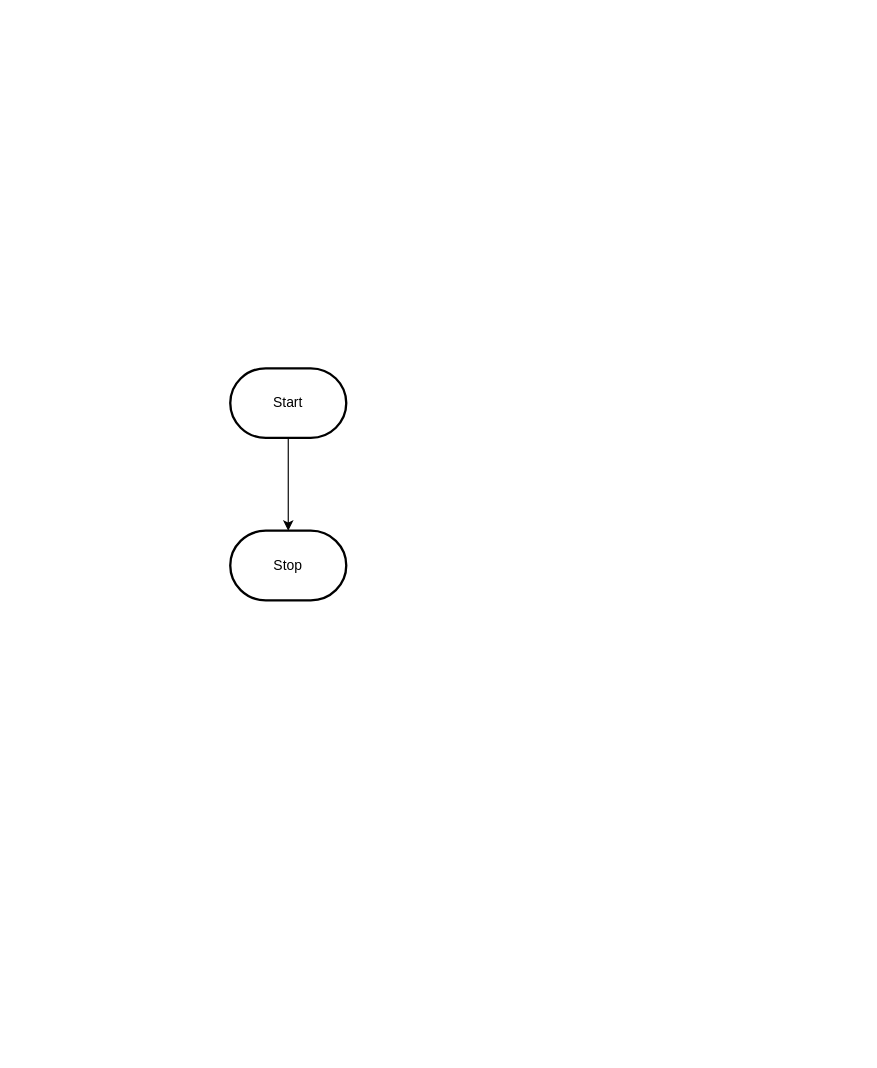
MTHS-ICS2O-2-2022/ICS2O-Unit-5-03-alyssia-fung keeps this draw.io diagram as design/flowchart.drawio. Above is the earlier version. Source tidied: cells renumbered, new cells numbered last; positions are measured from the earlier drawing's top-left corner, leaving out a move shared by most shapes. Both pictures are drawn from the tidied source at 116%, with x=0, y=0 at pixel (230, 368).
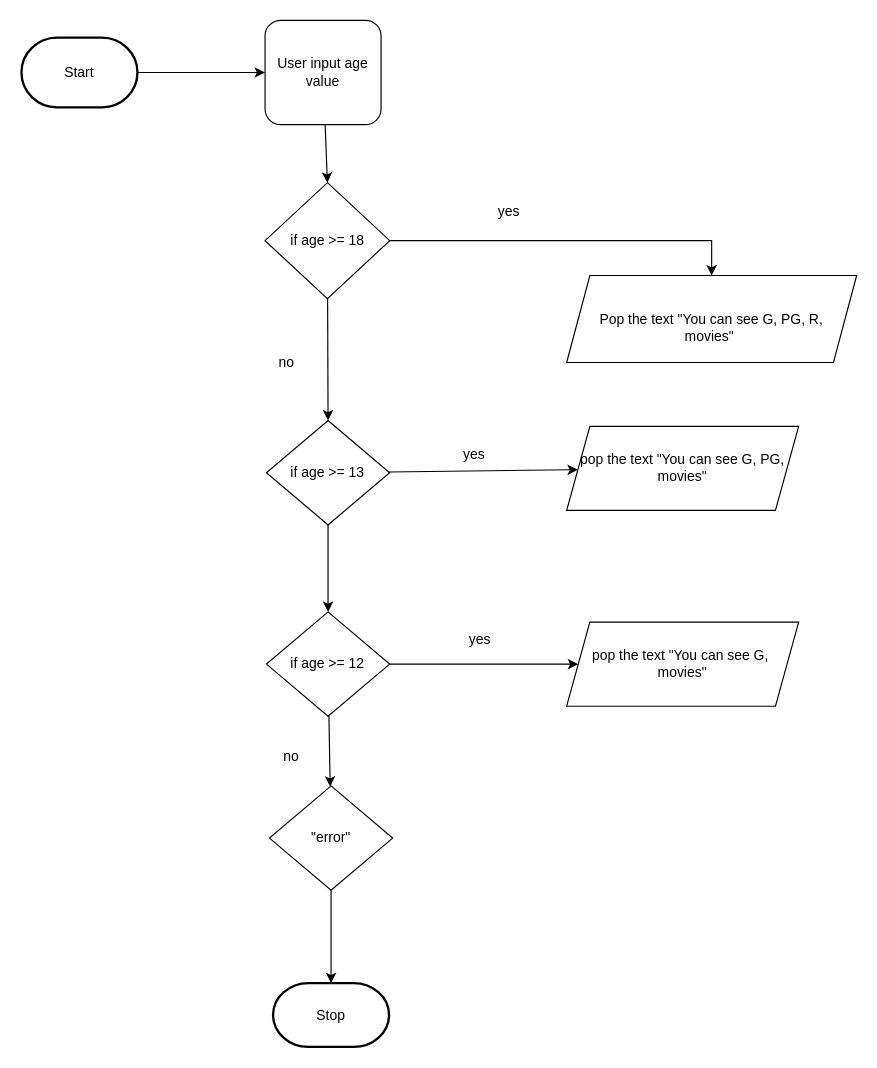
Above is the later version.

Change to the diagram source:
```diff
@@
-    <mxCell id="2" style="edgeStyle=orthogonalEdgeStyle;html=1;rounded=0;" parent="1" edge="1" source="3" target="4">
-      <mxGeometry relative="1" as="geometry" />
-    </mxCell>
+    <mxCell id="5" style="edgeStyle=orthogonalEdgeStyle;rounded=0;html=1;entryX=0;entryY=0.5;entryDx=0;entryDy=0;" parent="1" edge="1" source="3" target="7">
+      <mxGeometry relative="1" as="geometry" />
+    </mxCell>
     <mxCell id="3" value="Start" style="strokeWidth=2;html=1;shape=mxgraph.flowchart.terminator;whiteSpace=wrap;" parent="1" vertex="1">
-      <mxGeometry width="100" height="60" as="geometry" />
+      <mxGeometry x="-180" y="-285" width="100" height="60" as="geometry" />
     </mxCell>
     <mxCell id="4" value="Stop" style="strokeWidth=2;html=1;shape=mxgraph.flowchart.terminator;whiteSpace=wrap;" parent="1" vertex="1">
-      <mxGeometry y="140" width="100" height="60" as="geometry" />
+      <mxGeometry x="36.9" y="530" width="100" height="55" as="geometry" />
     </mxCell>
+    <mxCell id="6" style="edgeStyle=none;html=1;entryX=0.5;entryY=0;entryDx=0;entryDy=0;" parent="1" edge="1" source="7" target="10">
+      <mxGeometry relative="1" as="geometry" />
+    </mxCell>
+    <mxCell id="7" value="User input age value" style="rounded=1;whiteSpace=wrap;html=1;" parent="1" vertex="1">
+      <mxGeometry x="30" y="-300" width="100" height="90" as="geometry" />
+    </mxCell>
+    <mxCell id="8" style="edgeStyle=none;html=1;entryX=0.5;entryY=0;entryDx=0;entryDy=0;" parent="1" edge="1" source="10" target="13">
+      <mxGeometry relative="1" as="geometry" />
+    </mxCell>
+    <mxCell id="9" style="edgeStyle=orthogonalEdgeStyle;html=1;entryX=0.5;entryY=0;entryDx=0;entryDy=0;rounded=0;" parent="1" edge="1" source="10" target="15">
+      <mxGeometry relative="1" as="geometry" />
+    </mxCell>
+    <mxCell id="10" value="if age &amp;gt;= 18" style="rhombus;whiteSpace=wrap;html=1;" parent="1" vertex="1">
+      <mxGeometry x="30" y="-160" width="107.5" height="100" as="geometry" />
+    </mxCell>
+    <mxCell id="11" style="edgeStyle=none;html=1;" parent="1" edge="1" source="13" target="17">
+      <mxGeometry relative="1" as="geometry" />
+    </mxCell>
+    <mxCell id="12" style="edgeStyle=orthogonalEdgeStyle;rounded=0;html=1;" parent="1" edge="1" source="13" target="22">
+      <mxGeometry relative="1" as="geometry" />
+    </mxCell>
+    <mxCell id="13" value="if age &amp;gt;= 13" style="rhombus;whiteSpace=wrap;html=1;" parent="1" vertex="1">
+      <mxGeometry x="31.2" y="45" width="106.2" height="90" as="geometry" />
+    </mxCell>
+    <mxCell id="14" value="no&amp;nbsp;" style="text;html=1;align=center;verticalAlign=middle;strokeColor=none;fillColor=none;" parent="1" vertex="1">
+      <mxGeometry x="30" y="-20" width="40" height="30" as="geometry" />
+    </mxCell>
+    <mxCell id="15" value="&lt;br&gt;Pop the text &quot;You can see G, PG, R,&lt;br&gt;movies&quot;&amp;nbsp;" style="shape=parallelogram;perimeter=parallelogramPerimeter;whiteSpace=wrap;html=1;fixedSize=1;" parent="1" vertex="1">
+      <mxGeometry x="290" y="-80" width="250" height="75" as="geometry" />
+    </mxCell>
+    <mxCell id="16" value="yes" style="text;html=1;align=center;verticalAlign=middle;strokeColor=none;fillColor=none;" parent="1" vertex="1">
+      <mxGeometry x="220" y="-150" width="40" height="30" as="geometry" />
+    </mxCell>
+    <mxCell id="17" value="pop the text &quot;You can see G, PG, movies&quot;" style="shape=parallelogram;perimeter=parallelogramPerimeter;whiteSpace=wrap;html=1;fixedSize=1;" parent="1" vertex="1">
+      <mxGeometry x="290" y="50" width="200" height="72.5" as="geometry" />
+    </mxCell>
+    <mxCell id="18" value="no&amp;nbsp;" style="text;html=1;align=center;verticalAlign=middle;strokeColor=none;fillColor=none;" parent="1" vertex="1">
+      <mxGeometry x="33.8" y="320" width="40" height="30" as="geometry" />
+    </mxCell>
+    <mxCell id="19" value="yes" style="text;html=1;align=center;verticalAlign=middle;strokeColor=none;fillColor=none;" parent="1" vertex="1">
+      <mxGeometry x="190" y="60" width="40" height="30" as="geometry" />
+    </mxCell>
+    <mxCell id="20" style="edgeStyle=orthogonalEdgeStyle;rounded=0;html=1;entryX=0;entryY=0.5;entryDx=0;entryDy=0;" parent="1" edge="1" source="22" target="23">
+      <mxGeometry relative="1" as="geometry" />
+    </mxCell>
+    <mxCell id="21" style="edgeStyle=none;html=1;" parent="1" edge="1" source="22" target="26">
+      <mxGeometry relative="1" as="geometry" />
+    </mxCell>
+    <mxCell id="22" value="if age &amp;gt;= 12" style="rhombus;whiteSpace=wrap;html=1;" parent="1" vertex="1">
+      <mxGeometry x="31.2" y="210" width="106.2" height="90" as="geometry" />
+    </mxCell>
+    <mxCell id="23" value="pop the text &quot;You can see G,&amp;nbsp; movies&quot;" style="shape=parallelogram;perimeter=parallelogramPerimeter;whiteSpace=wrap;html=1;fixedSize=1;" parent="1" vertex="1">
+      <mxGeometry x="290" y="218.8" width="200" height="72.5" as="geometry" />
+    </mxCell>
+    <mxCell id="24" value="yes" style="text;html=1;align=center;verticalAlign=middle;strokeColor=none;fillColor=none;" parent="1" vertex="1">
+      <mxGeometry x="195" y="218.8" width="40" height="30" as="geometry" />
+    </mxCell>
+    <mxCell id="25" style="edgeStyle=none;html=1;" parent="1" edge="1" source="26" target="4">
+      <mxGeometry relative="1" as="geometry" />
+    </mxCell>
+    <mxCell id="26" value="&quot;error&quot;" style="rhombus;whiteSpace=wrap;html=1;" parent="1" vertex="1">
+      <mxGeometry x="33.8" y="360" width="106.2" height="90" as="geometry" />
+    </mxCell>
```
